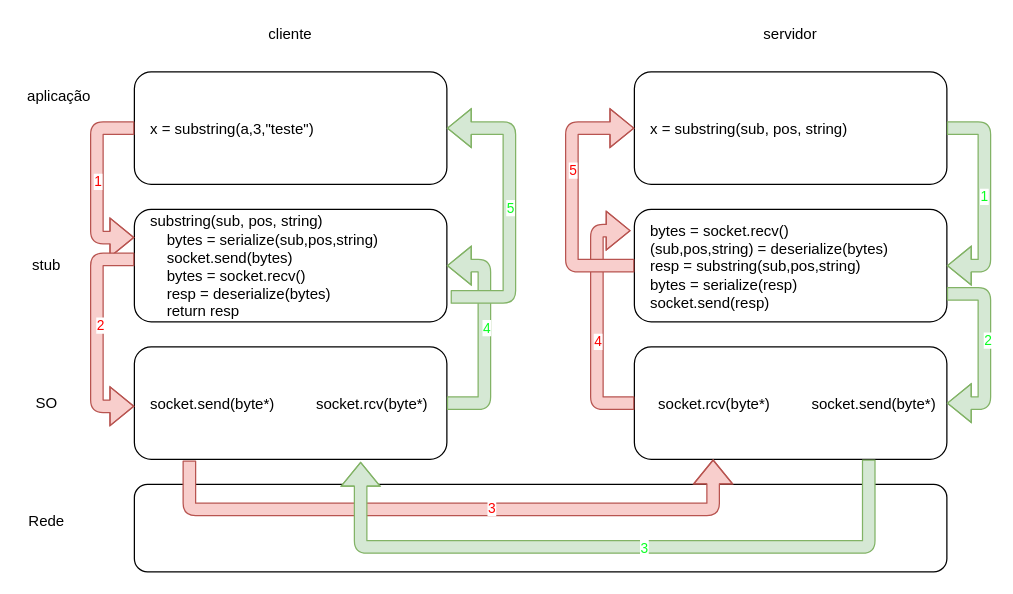
Before: page "fluxo RPC" (1 of 8) of docs/drawings/rpc.drawio in lasarojc/ds_notes, a draw.io diagram. Source tidied: cells renumbered, new cells numbered last; positions are measured from the earlier drawing's top-left corner, leaving out a move shared by most shapes. Both pictures are drawn from the tidied source at 125%, with x=0, y=0 at pixel (21, 21).
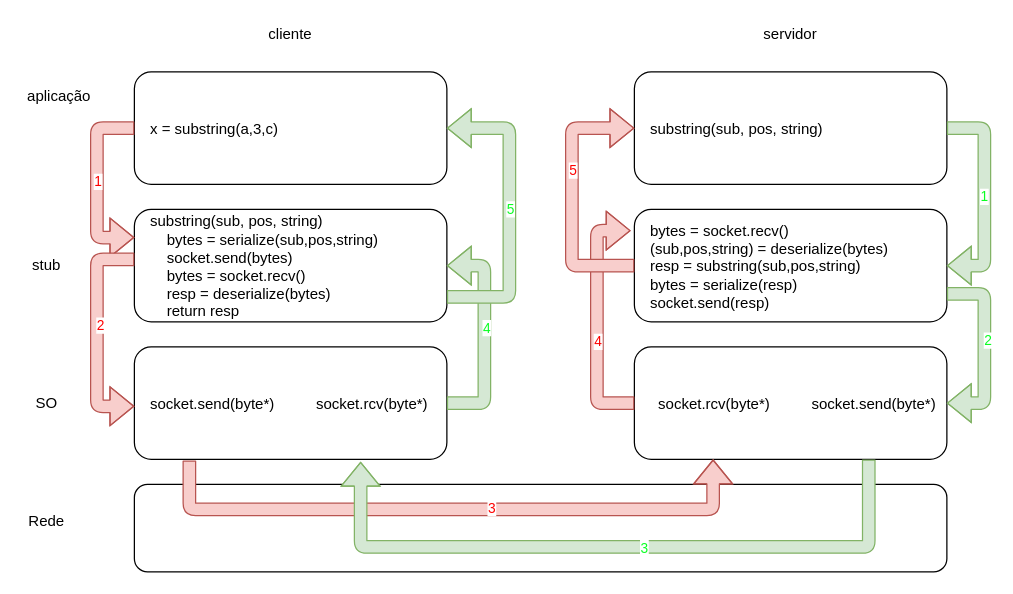
The same page after the edit.

Diff of the diagram source:
```diff
@@
-    <mxCell id="3" value="x = substring(a,3,&quot;teste&quot;)" style="rounded=1;whiteSpace=wrap;align=left;spacingTop=1;spacingLeft=11;" parent="1" vertex="1">
+    <mxCell id="3" value="x = substring(a,3,c)" style="rounded=1;whiteSpace=wrap;align=left;spacingTop=1;spacingLeft=11;" parent="1" vertex="1">
       <mxGeometry x="90" y="40" width="250" height="90" as="geometry" />
     </mxCell>
@@
-    <mxCell id="12" value="x = substring(sub, pos, string)" style="rounded=1;whiteSpace=wrap;align=left;spacingTop=1;spacingLeft=11;" parent="1" vertex="1">
+    <mxCell id="12" value="substring(sub, pos, string)" style="rounded=1;whiteSpace=wrap;align=left;spacingTop=1;spacingLeft=11;" parent="1" vertex="1">
       <mxGeometry x="490" y="40" width="250" height="90" as="geometry" />
     </mxCell>
@@
     <mxCell id="31" style="shape=flexArrow;endArrow=classic;html=1;fontColor=#FF0000;entryX=1;entryY=0.5;entryDx=0;entryDy=0;edgeStyle=orthogonalEdgeStyle;fillColor=#d5e8d4;strokeColor=#82b366;" parent="1" edge="1" target="3">
       <mxGeometry relative="1" as="geometry">
-        <mxPoint x="343" y="220" as="sourcePoint" />
+        <mxPoint x="340" y="220" as="sourcePoint" />
         <Array as="points">
           <mxPoint x="390" y="220" />
           <mxPoint x="390" y="85" />
         </Array>
       </mxGeometry>
     </mxCell>
```
